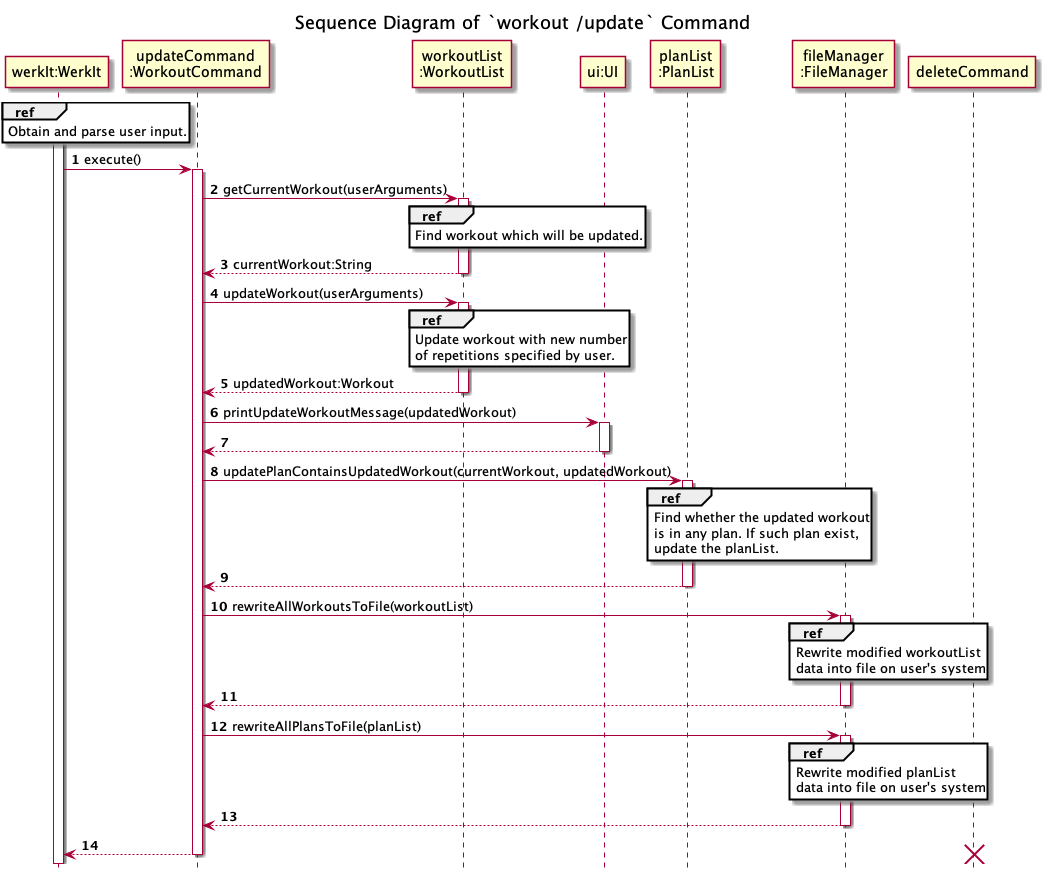
Earlier version of the PlantUML export docs/uml/sequenceDiagrams/workouts/images/updateWorkout-Part1.png (nus-cs2113-AY2122S2/tp).
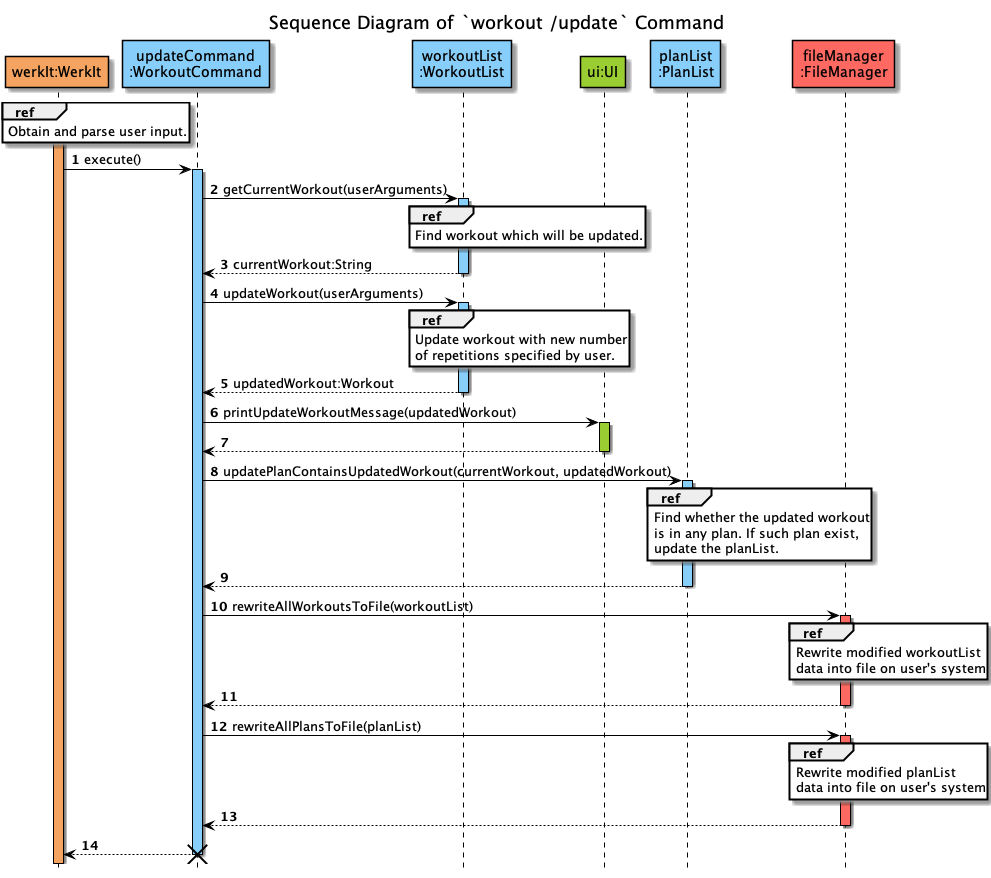
Later version of the same file.

Commit message:
Color sequence diagram and standardize the arrow color to black

Diff of the diagram source:
```diff
@@ -6,22 +6,22 @@
 title Sequence Diagram of `workout /update` Command
 hide footbox
 
-participant "werkIt:WerkIt" AS WerkIt
-participant "updateCommand\n:WorkoutCommand" AS updateCommand
-participant "workoutList\n:WorkoutList" AS WorkoutList
-participant "ui:UI" AS UI2
-participant "planList\n:PlanList" AS PlanList
-participant "fileManager\n:FileManager" as FileManager
+participant "werkIt:WerkIt" AS WerkIt COLOR_WERKIT
+participant "updateCommand\n:WorkoutCommand" AS updateCommand COLOR_LOGIC
+participant "workoutList\n:WorkoutList" AS WorkoutList COLOR_LOGIC
+participant "ui:UI" AS UI2 COLOR_UI
+participant "planList\n:PlanList" AS PlanList COLOR_LOGIC
+participant "fileManager\n:FileManager" as FileManager COLOR_STORAGE
 
-activate WerkIt
+activate WerkIt COLOR_WERKIT
 ref over WerkIt
 Obtain and parse user input.
 end
 
 WerkIt -> updateCommand : execute()
-activate updateCommand
+activate updateCommand COLOR_LOGIC
 updateCommand -> WorkoutList : getCurrentWorkout(userArguments)
-activate WorkoutList
+activate WorkoutList COLOR_LOGIC
 ref over WorkoutList
 Find workout which will be updated.
 end
@@ -29,7 +29,7 @@
 deactivate WorkoutList
 
 updateCommand -> WorkoutList : updateWorkout(userArguments)
-activate WorkoutList
+activate WorkoutList COLOR_LOGIC
 ref over WorkoutList
 Update workout with new number
 of repetitions specified by user.
@@ -38,12 +38,12 @@
 deactivate WorkoutList
 
 updateCommand -> UI2 : printUpdateWorkoutMessage(updatedWorkout)
-activate UI2
+activate UI2 COLOR_UI
 updateCommand <-- UI2
 deactivate UI2
 
 updateCommand -> PlanList : updatePlanContainsUpdatedWorkout(currentWorkout, updatedWorkout)
-activate PlanList
+activate PlanList COLOR_LOGIC
 ref over PlanList
 Find whether the updated workout
 is in any plan. If such plan exist,
@@ -53,7 +53,7 @@
 deactivate PlanList
 
 updateCommand -> FileManager : rewriteAllWorkoutsToFile(workoutList)
-activate FileManager
+activate FileManager COLOR_STORAGE
 ref over FileManager
 Rewrite modified workoutList
 data into file on user's system
@@ -62,7 +62,7 @@
 deactivate FileManager
 
 updateCommand -> FileManager : rewriteAllPlansToFile(planList)
-activate FileManager
+activate FileManager COLOR_STORAGE
 ref over FileManager
 Rewrite modified planList
 data into file on user's system
@@ -73,5 +73,5 @@
 WerkIt <-- updateCommand
 deactivate updateCommand
 
-destroy deleteCommand
+destroy updateCommand
 @enduml
```
